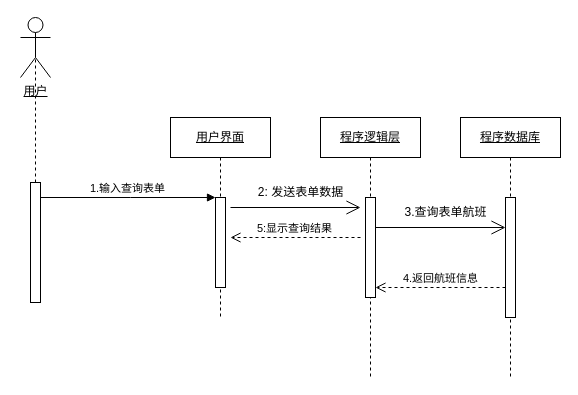
This is 中国芯序列图1.drawio from liuyang0228/text, a draw.io file, before an edit. Source tidied: cells renumbered, new cells numbered last; positions are measured from the earlier drawing's top-left corner, leaving out a move shared by most shapes. Both pictures are drawn from the tidied source at 100%, with x=0, y=0 at pixel (20, 17).
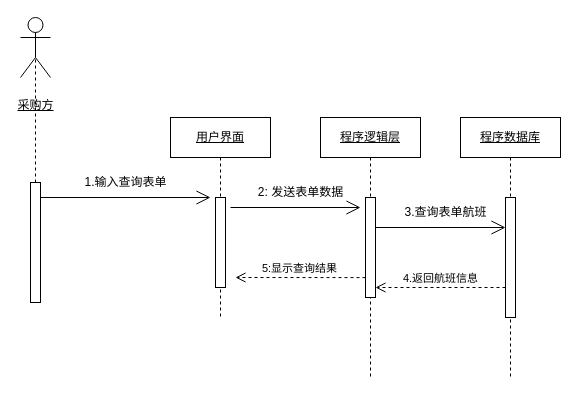
The same diagram, later.

Commit message (it also covers changes not shown here):
更新中国芯序列图1.drawio

The change refers to these unchanged cells:
```xml
<mxCell id="3" style="html=1;points=[];perimeter=orthogonalPerimeter;outlineConnect=0;targetShapes=umlLifeline;portConstraint=eastwest;newEdgeStyle={&quot;edgeStyle&quot;:&quot;elbowEdgeStyle&quot;,&quot;elbow&quot;:&quot;vertical&quot;,&quot;curved&quot;:0,&quot;rounded&quot;:0};" parent="2" vertex="1">
  <mxGeometry x="45" y="80" width="10" height="90" as="geometry" />
</mxCell>
<mxCell id="16" style="html=1;points=[];perimeter=orthogonalPerimeter;outlineConnect=0;targetShapes=umlLifeline;portConstraint=eastwest;newEdgeStyle={&quot;edgeStyle&quot;:&quot;elbowEdgeStyle&quot;,&quot;elbow&quot;:&quot;vertical&quot;,&quot;curved&quot;:0,&quot;rounded&quot;:0};" parent="1" vertex="1">
  <mxGeometry x="10" y="165" width="10" height="120" as="geometry" />
</mxCell>
```

Diff of the diagram source:
```diff
@@
-    <mxCell id="4" value="1.输入查询表单" style="html=1;verticalAlign=bottom;endArrow=block;edgeStyle=elbowEdgeStyle;elbow=vertical;curved=0;rounded=0;" parent="1" edge="1" source="16" target="3">
-      <mxGeometry x="-0.01" relative="1" as="geometry">
-        <Array as="points">
-          <mxPoint x="110" y="180" />
-        </Array>
-      </mxGeometry>
-    </mxCell>
@@
     <mxCell id="10" value="5:显示查询结果" style="html=1;verticalAlign=bottom;endArrow=open;dashed=1;endSize=8;edgeStyle=elbowEdgeStyle;elbow=vertical;curved=0;rounded=0;" parent="1" edge="1">
       <mxGeometry x="0.01" relative="1" as="geometry">
-        <mxPoint x="340" y="220" as="sourcePoint" />
-        <mxPoint x="210" y="220.1" as="targetPoint" />
+        <mxPoint x="345" y="260.1" as="sourcePoint" />
+        <mxPoint x="215" y="260.2" as="targetPoint" />
       </mxGeometry>
     </mxCell>
@@
-    <mxCell id="12" value="&lt;u style=&quot;border-color: var(--border-color);&quot;&gt;用户&lt;/u&gt;" style="shape=umlActor;verticalLabelPosition=bottom;verticalAlign=top;html=1;outlineConnect=0;" parent="1" vertex="1">
+    <mxCell id="12" value="&lt;u&gt;&lt;br&gt;采购方&lt;br&gt;&lt;br&gt;&lt;/u&gt;" style="shape=umlActor;verticalLabelPosition=bottom;verticalAlign=top;html=1;outlineConnect=0;" parent="1" vertex="1">
       <mxGeometry width="30" height="60" as="geometry" />
     </mxCell>
@@
+    <mxCell id="4" value="1.输入查询表单" style="text;html=1;align=center;verticalAlign=middle;strokeColor=none;fillColor=none;" parent="1" vertex="1">
+      <mxGeometry x="50" y="150" width="110" height="30" as="geometry" />
+    </mxCell>
+    <mxCell id="18" style="endArrow=open;endFill=1;endSize=12;html=1;rounded=0;" parent="1" edge="1">
+      <mxGeometry relative="1" as="geometry">
+        <mxPoint x="20" y="180" as="sourcePoint" />
+        <mxPoint x="190" y="180" as="targetPoint" />
+      </mxGeometry>
+    </mxCell>
```
